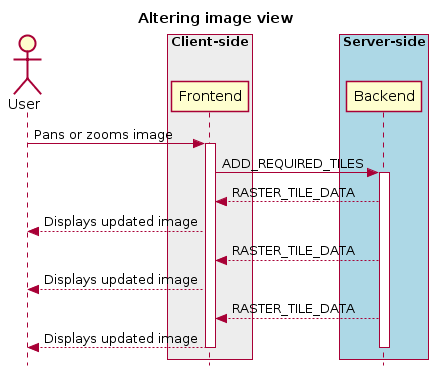
Earlier version of the PlantUML export docs/images/image12.png (CARTAvis/carta-protobuf).
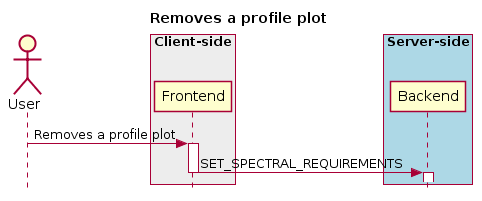
The same diagram one commit later.

What changed in the source:
```diff
@@ -1,7 +1,7 @@
 @startuml
 skinparam style strictuml
 hide footbox
-title Altering image view
+title Removes a profile plot
 
 actor User
 box "Client-side" #EDEDED
@@ -11,16 +11,10 @@
 box "Server-side" #lightblue
 	participant Backend
 end box
-User -> Frontend: Pans or zooms image
+User -> Frontend: Removes a profile plot
 activate Frontend
-Frontend -> Backend : ADD_REQUIRED_TILES
+Frontend -> Backend : SET_SPECTRAL_REQUIREMENTS
+deactivate Frontend
 activate Backend
-Frontend <-- Backend : RASTER_TILE_DATA
-User <-- Frontend: Displays updated image
-Frontend <-- Backend : RASTER_TILE_DATA
-User <-- Frontend: Displays updated image
-Frontend <-- Backend : RASTER_TILE_DATA
-User <-- Frontend: Displays updated image
 deactivate Backend
-deactivate Frontend
 @enduml
```
